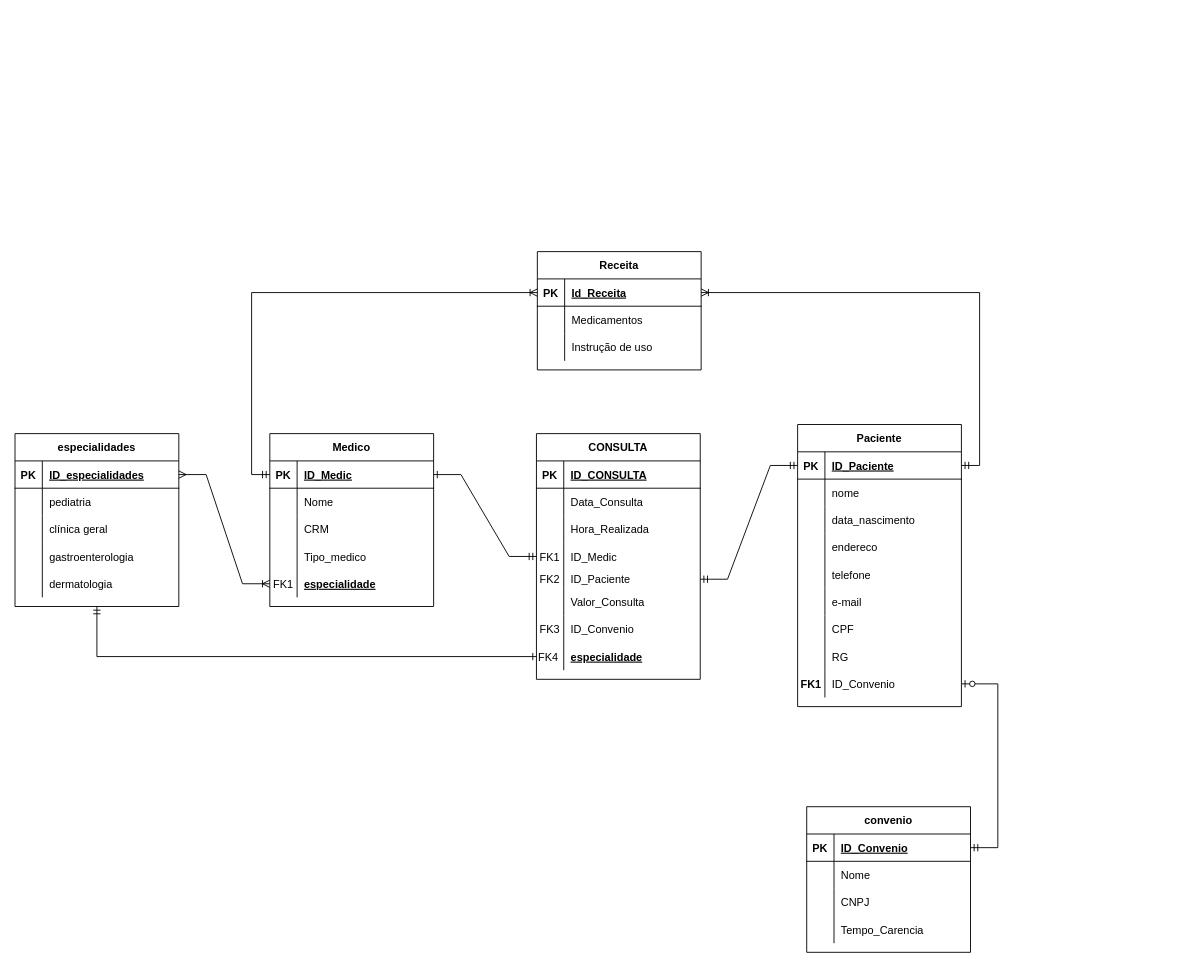
This is hospital diagram/Diagrama sem nome.drawio from MayconSubrim/HospitalDataBase, a draw.io file, before an edit. Source tidied: cells renumbered, new cells numbered last; positions are measured from the earlier drawing's top-left corner, leaving out a move shared by most shapes. Both pictures are drawn from the tidied source at 91%, with x=0, y=0 at pixel (15, 251).
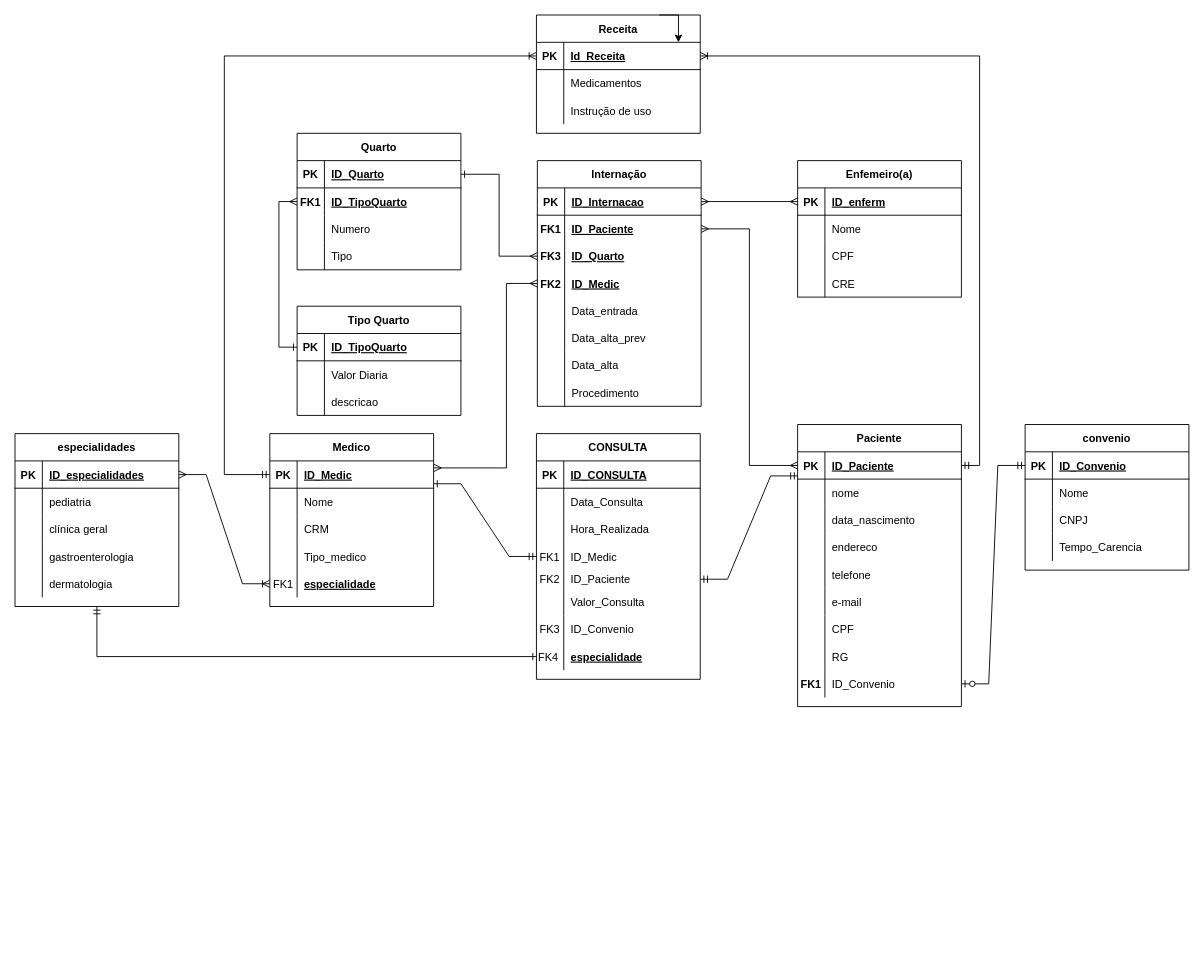
After the change.

The change refers to these unchanged cells:
```xml
<mxCell id="12" style="shape=tableRow;horizontal=0;startSize=0;swimlaneHead=0;swimlaneBody=0;fillColor=none;points=[[0,0.5],[1,0.5]];portConstraint=eastwest;top=0;left=0;right=0;bottom=0;" parent="2" vertex="1">
  <mxGeometry y="120" width="180" height="30" as="geometry" />
</mxCell>
<mxCell id="15" style="shape=tableRow;horizontal=0;startSize=0;swimlaneHead=0;swimlaneBody=0;fillColor=none;points=[[0,0.5],[1,0.5]];portConstraint=eastwest;top=0;left=0;right=0;bottom=0;fontColor=#000000;" parent="2" vertex="1">
  <mxGeometry y="150" width="180" height="20" as="geometry" />
</mxCell>
<mxCell id="28" style="shape=tableRow;horizontal=0;startSize=0;swimlaneHead=0;swimlaneBody=0;fillColor=none;points=[[0,0.5],[1,0.5]];portConstraint=eastwest;top=0;left=0;right=0;bottom=1;fontColor=#000000;" parent="27" vertex="1">
  <mxGeometry y="30" width="180" height="30" as="geometry" />
</mxCell>
<mxCell id="69" style="shape=tableRow;horizontal=0;startSize=0;swimlaneHead=0;swimlaneBody=0;fillColor=none;points=[[0,0.5],[1,0.5]];portConstraint=eastwest;top=0;left=0;right=0;bottom=1;fontColor=#000000;" parent="68" vertex="1">
  <mxGeometry y="30" width="180" height="30" as="geometry" />
</mxCell>
<mxCell id="105" style="shape=tableRow;horizontal=0;startSize=0;swimlaneHead=0;swimlaneBody=0;fillColor=none;points=[[0,0.5],[1,0.5]];portConstraint=eastwest;top=0;left=0;right=0;bottom=1;fontColor=#000000;" parent="104" vertex="1">
  <mxGeometry y="30" width="180" height="30" as="geometry" />
</mxCell>
```

Diff of the diagram source:
```diff
@@
     <mxCell id="55" value="convenio" style="shape=table;startSize=30;childLayout=tableLayout;rowLines=0;fontStyle=1;align=center;fontColor=#000000;" parent="1" vertex="1">
-      <mxGeometry x="870" y="610" width="180" height="160" as="geometry" />
+      <mxGeometry x="1110" y="190" width="180" height="160" as="geometry" />
     </mxCell>
@@
-    <mxCell id="101" style="edgeStyle=entityRelationEdgeStyle;fontSize=12;html=1;endArrow=ERmandOne;startArrow=ERone;rounded=0;fontColor=#000000;startFill=0;" parent="1" edge="1" source="69" target="12">
+    <mxCell id="101" style="edgeStyle=entityRelationEdgeStyle;fontSize=12;html=1;endArrow=ERmandOne;startArrow=ERone;rounded=0;fontColor=#000000;startFill=0;exitX=1;exitY=0.836;exitDx=0;exitDy=0;exitPerimeter=0;" parent="1" edge="1" source="69" target="12">
       <mxGeometry relative="1" as="geometry" />
     </mxCell>
-    <mxCell id="102" style="edgeStyle=entityRelationEdgeStyle;fontSize=12;html=1;endArrow=ERmandOne;startArrow=ERmandOne;rounded=0;fontColor=#000000;startFill=0;" parent="1" edge="1" source="15" target="28">
+    <mxCell id="102" style="edgeStyle=entityRelationEdgeStyle;fontSize=12;html=1;endArrow=ERmandOne;startArrow=ERmandOne;rounded=0;fontColor=#000000;startFill=0;entryX=0.002;entryY=0.883;entryDx=0;entryDy=0;entryPerimeter=0;" parent="1" edge="1" source="15" target="28">
       <mxGeometry relative="1" as="geometry" />
     </mxCell>
@@
     <mxCell id="104" value="Receita" style="shape=table;startSize=30;childLayout=tableLayout;rowLines=0;fontStyle=1;align=center;fontColor=#000000;" parent="1" vertex="1">
-      <mxGeometry x="574" width="180" height="130" as="geometry" />
+      <mxGeometry x="573" y="-260" width="180" height="130" as="geometry" />
     </mxCell>
@@
+    <mxCell id="117" style="edgeStyle=orthogonalEdgeStyle;rounded=0;jettySize=auto;html=1;exitX=0.75;exitY=0;exitDx=0;exitDy=0;entryX=0.867;entryY=0;entryDx=0;entryDy=0;entryPerimeter=0;" parent="104" edge="1" source="104" target="105">
+      <mxGeometry relative="1" as="geometry" />
+    </mxCell>
     <mxCell id="114" style="edgeStyle=orthogonalEdgeStyle;rounded=0;jettySize=auto;html=1;exitX=0;exitY=0.5;exitDx=0;exitDy=0;entryX=0;entryY=0.5;entryDx=0;entryDy=0;fontColor=#000000;startArrow=ERmandOne;startFill=0;endArrow=ERoneToMany;endFill=0;" parent="1" edge="1" source="69" target="105">
-      <mxGeometry relative="1" as="geometry" />
+      <mxGeometry relative="1" as="geometry">
+        <Array as="points">
+          <mxPoint x="230" y="245" />
+          <mxPoint x="230" y="-215" />
+        </Array>
+      </mxGeometry>
     </mxCell>
@@
+    <mxCell id="118" value="Internação" style="shape=table;startSize=30;childLayout=tableLayout;rowLines=0;fontStyle=1;align=center;" parent="1" vertex="1">
+      <mxGeometry x="574" y="-100" width="180" height="270" as="geometry" />
+    </mxCell>
+    <mxCell id="119" style="shape=tableRow;horizontal=0;startSize=0;swimlaneHead=0;swimlaneBody=0;fillColor=none;points=[[0,0.5],[1,0.5]];portConstraint=eastwest;top=0;left=0;right=0;bottom=1;" parent="118" vertex="1">
+      <mxGeometry y="30" width="180" height="30" as="geometry" />
+    </mxCell>
+    <mxCell id="120" value="PK" style="shape=partialRectangle;fillColor=none;top=0;left=0;bottom=0;right=0;fontStyle=1;overflow=hidden;" parent="119" vertex="1">
+      <mxGeometry width="30" height="30" as="geometry" />
+    </mxCell>
+    <mxCell id="121" value="ID_Internacao" style="shape=partialRectangle;fillColor=none;top=0;left=0;bottom=0;right=0;align=left;spacingLeft=6;fontStyle=5;overflow=hidden;" parent="119" vertex="1">
+      <mxGeometry x="30" width="150" height="30" as="geometry" />
+    </mxCell>
+    <mxCell id="122" style="shape=tableRow;horizontal=0;startSize=0;swimlaneHead=0;swimlaneBody=0;fillColor=none;points=[[0,0.5],[1,0.5]];portConstraint=eastwest;top=0;left=0;right=0;bottom=0;" parent="118" vertex="1">
+      <mxGeometry y="60" width="180" height="30" as="geometry" />
+    </mxCell>
+    <mxCell id="123" value="FK1" style="shape=partialRectangle;fillColor=none;top=0;left=0;bottom=0;right=0;overflow=hidden;fontStyle=1;" parent="122" vertex="1">
+      <mxGeometry width="30" height="30" as="geometry" />
+    </mxCell>
+    <mxCell id="124" value="ID_Paciente" style="shape=partialRectangle;fillColor=none;top=0;left=0;bottom=0;right=0;align=left;spacingLeft=6;overflow=hidden;fontStyle=5;" parent="122" vertex="1">
+      <mxGeometry x="30" width="150" height="30" as="geometry" />
+    </mxCell>
+    <mxCell id="125" style="shape=tableRow;horizontal=0;startSize=0;swimlaneHead=0;swimlaneBody=0;fillColor=none;points=[[0,0.5],[1,0.5]];portConstraint=eastwest;top=0;left=0;right=0;bottom=0;" parent="118" vertex="1">
+      <mxGeometry y="90" width="180" height="30" as="geometry" />
+    </mxCell>
+    <mxCell id="126" value="FK3" style="shape=partialRectangle;fillColor=none;top=0;left=0;bottom=0;right=0;overflow=hidden;fontStyle=1;" parent="125" vertex="1">
+      <mxGeometry width="30" height="30" as="geometry" />
+    </mxCell>
+    <mxCell id="127" value="ID_Quarto" style="shape=partialRectangle;fillColor=none;top=0;left=0;bottom=0;right=0;align=left;spacingLeft=6;overflow=hidden;fontStyle=5;" parent="125" vertex="1">
+      <mxGeometry x="30" width="150" height="30" as="geometry" />
+    </mxCell>
+    <mxCell id="128" style="shape=tableRow;horizontal=0;startSize=0;swimlaneHead=0;swimlaneBody=0;fillColor=none;points=[[0,0.5],[1,0.5]];portConstraint=eastwest;top=0;left=0;right=0;bottom=0;" parent="118" vertex="1">
+      <mxGeometry y="120" width="180" height="30" as="geometry" />
+    </mxCell>
+    <mxCell id="129" value="FK2" style="shape=partialRectangle;fillColor=none;top=0;left=0;bottom=0;right=0;overflow=hidden;fontStyle=1;" parent="128" vertex="1">
+      <mxGeometry width="30" height="30" as="geometry" />
+    </mxCell>
+    <mxCell id="130" value="ID_Medic" style="shape=partialRectangle;fillColor=none;top=0;left=0;bottom=0;right=0;align=left;spacingLeft=6;overflow=hidden;fontStyle=5;" parent="128" vertex="1">
+      <mxGeometry x="30" width="150" height="30" as="geometry" />
+    </mxCell>
+    <mxCell id="131" style="shape=tableRow;horizontal=0;startSize=0;swimlaneHead=0;swimlaneBody=0;fillColor=none;top=0;left=0;right=0;bottom=0;" parent="118" vertex="1">
+      <mxGeometry y="150" width="180" height="30" as="geometry" />
+    </mxCell>
+    <mxCell id="132" style="shape=partialRectangle;fillColor=none;top=0;left=0;bottom=0;right=0;overflow=hidden;" parent="131" vertex="1">
+      <mxGeometry width="30" height="30" as="geometry" />
+    </mxCell>
+    <mxCell id="133" value="Data_entrada" style="shape=partialRectangle;fillColor=none;top=0;left=0;bottom=0;right=0;align=left;spacingLeft=6;overflow=hidden;" parent="131" vertex="1">
+      <mxGeometry x="30" width="150" height="30" as="geometry" />
+    </mxCell>
+    <mxCell id="134" style="shape=tableRow;horizontal=0;startSize=0;swimlaneHead=0;swimlaneBody=0;fillColor=none;top=0;left=0;right=0;bottom=0;" parent="118" vertex="1">
+      <mxGeometry y="180" width="180" height="30" as="geometry" />
+    </mxCell>
+    <mxCell id="135" style="shape=partialRectangle;fillColor=none;top=0;left=0;bottom=0;right=0;overflow=hidden;" parent="134" vertex="1">
+      <mxGeometry width="30" height="30" as="geometry" />
+    </mxCell>
+    <mxCell id="136" value="Data_alta_prev" style="shape=partialRectangle;fillColor=none;top=0;left=0;bottom=0;right=0;align=left;spacingLeft=6;overflow=hidden;" parent="134" vertex="1">
+      <mxGeometry x="30" width="150" height="30" as="geometry" />
+    </mxCell>
+    <mxCell id="137" style="shape=tableRow;horizontal=0;startSize=0;swimlaneHead=0;swimlaneBody=0;fillColor=none;top=0;left=0;right=0;bottom=0;" parent="118" vertex="1">
+      <mxGeometry y="210" width="180" height="30" as="geometry" />
+    </mxCell>
+    <mxCell id="138" style="shape=partialRectangle;fillColor=none;top=0;left=0;bottom=0;right=0;overflow=hidden;" parent="137" vertex="1">
+      <mxGeometry width="30" height="30" as="geometry" />
+    </mxCell>
+    <mxCell id="139" value="Data_alta" style="shape=partialRectangle;fillColor=none;top=0;left=0;bottom=0;right=0;align=left;spacingLeft=6;overflow=hidden;" parent="137" vertex="1">
+      <mxGeometry x="30" width="150" height="30" as="geometry" />
+    </mxCell>
+    <mxCell id="140" style="shape=tableRow;horizontal=0;startSize=0;swimlaneHead=0;swimlaneBody=0;fillColor=none;top=0;left=0;right=0;bottom=0;" parent="118" vertex="1">
+      <mxGeometry y="240" width="180" height="30" as="geometry" />
+    </mxCell>
+    <mxCell id="141" style="shape=partialRectangle;fillColor=none;top=0;left=0;bottom=0;right=0;overflow=hidden;" parent="140" vertex="1">
+      <mxGeometry width="30" height="30" as="geometry" />
+    </mxCell>
+    <mxCell id="142" value="Procedimento" style="shape=partialRectangle;fillColor=none;top=0;left=0;bottom=0;right=0;align=left;spacingLeft=6;overflow=hidden;" parent="140" vertex="1">
+      <mxGeometry x="30" width="150" height="30" as="geometry" />
+    </mxCell>
+    <mxCell id="143" value="Enfemeiro(a)" style="shape=table;startSize=30;childLayout=tableLayout;rowLines=0;fontStyle=1;align=center;" parent="1" vertex="1">
+      <mxGeometry x="860" y="-100" width="180" height="150" as="geometry" />
+    </mxCell>
+    <mxCell id="144" style="shape=tableRow;horizontal=0;startSize=0;swimlaneHead=0;swimlaneBody=0;fillColor=none;points=[[0,0.5],[1,0.5]];portConstraint=eastwest;top=0;left=0;right=0;bottom=1;" parent="143" vertex="1">
+      <mxGeometry y="30" width="180" height="30" as="geometry" />
+    </mxCell>
+    <mxCell id="145" value="PK" style="shape=partialRectangle;fillColor=none;top=0;left=0;bottom=0;right=0;fontStyle=1;overflow=hidden;" parent="144" vertex="1">
+      <mxGeometry width="30" height="30" as="geometry" />
+    </mxCell>
+    <mxCell id="146" value="ID_enferm" style="shape=partialRectangle;fillColor=none;top=0;left=0;bottom=0;right=0;align=left;spacingLeft=6;fontStyle=5;overflow=hidden;" parent="144" vertex="1">
+      <mxGeometry x="30" width="150" height="30" as="geometry" />
+    </mxCell>
+    <mxCell id="147" style="shape=tableRow;horizontal=0;startSize=0;swimlaneHead=0;swimlaneBody=0;fillColor=none;top=0;left=0;right=0;bottom=0;" parent="143" vertex="1">
+      <mxGeometry y="60" width="180" height="30" as="geometry" />
+    </mxCell>
+    <mxCell id="148" style="shape=partialRectangle;fillColor=none;top=0;left=0;bottom=0;right=0;overflow=hidden;" parent="147" vertex="1">
+      <mxGeometry width="30" height="30" as="geometry" />
+    </mxCell>
+    <mxCell id="149" value="Nome" style="shape=partialRectangle;fillColor=none;top=0;left=0;bottom=0;right=0;align=left;spacingLeft=6;overflow=hidden;" parent="147" vertex="1">
+      <mxGeometry x="30" width="150" height="30" as="geometry" />
+    </mxCell>
+    <mxCell id="150" style="shape=tableRow;horizontal=0;startSize=0;swimlaneHead=0;swimlaneBody=0;fillColor=none;top=0;left=0;right=0;bottom=0;" parent="143" vertex="1">
+      <mxGeometry y="90" width="180" height="30" as="geometry" />
+    </mxCell>
+    <mxCell id="151" style="shape=partialRectangle;fillColor=none;top=0;left=0;bottom=0;right=0;overflow=hidden;" parent="150" vertex="1">
+      <mxGeometry width="30" height="30" as="geometry" />
+    </mxCell>
+    <mxCell id="152" value="CPF" style="shape=partialRectangle;fillColor=none;top=0;left=0;bottom=0;right=0;align=left;spacingLeft=6;overflow=hidden;" parent="150" vertex="1">
+      <mxGeometry x="30" width="150" height="30" as="geometry" />
+    </mxCell>
+    <mxCell id="153" style="shape=tableRow;horizontal=0;startSize=0;swimlaneHead=0;swimlaneBody=0;fillColor=none;top=0;left=0;right=0;bottom=0;" parent="143" vertex="1">
+      <mxGeometry y="120" width="180" height="30" as="geometry" />
+    </mxCell>
+    <mxCell id="154" style="shape=partialRectangle;fillColor=none;top=0;left=0;bottom=0;right=0;overflow=hidden;" parent="153" vertex="1">
+      <mxGeometry width="30" height="30" as="geometry" />
+    </mxCell>
+    <mxCell id="155" value="CRE" style="shape=partialRectangle;fillColor=none;top=0;left=0;bottom=0;right=0;align=left;spacingLeft=6;overflow=hidden;" parent="153" vertex="1">
+      <mxGeometry x="30" width="150" height="30" as="geometry" />
+    </mxCell>
+    <mxCell id="156" value="Quarto" style="shape=table;startSize=30;childLayout=tableLayout;rowLines=0;fontStyle=1;align=center;" parent="1" vertex="1">
+      <mxGeometry x="310" y="-130" width="180" height="150" as="geometry" />
+    </mxCell>
+    <mxCell id="157" style="shape=tableRow;horizontal=0;startSize=0;swimlaneHead=0;swimlaneBody=0;fillColor=none;points=[[0,0.5],[1,0.5]];portConstraint=eastwest;top=0;left=0;right=0;bottom=1;" parent="156" vertex="1">
+      <mxGeometry y="30" width="180" height="30" as="geometry" />
+    </mxCell>
+    <mxCell id="158" value="PK" style="shape=partialRectangle;fillColor=none;top=0;left=0;bottom=0;right=0;fontStyle=1;overflow=hidden;" parent="157" vertex="1">
+      <mxGeometry width="30" height="30" as="geometry" />
+    </mxCell>
+    <mxCell id="159" value="ID_Quarto" style="shape=partialRectangle;fillColor=none;top=0;left=0;bottom=0;right=0;align=left;spacingLeft=6;fontStyle=5;overflow=hidden;" parent="157" vertex="1">
+      <mxGeometry x="30" width="150" height="30" as="geometry" />
+    </mxCell>
+    <mxCell id="160" style="shape=tableRow;horizontal=0;startSize=0;swimlaneHead=0;swimlaneBody=0;fillColor=none;points=[[0,0.5],[1,0.5]];portConstraint=eastwest;top=0;left=0;right=0;bottom=0;" parent="156" vertex="1">
+      <mxGeometry y="60" width="180" height="30" as="geometry" />
+    </mxCell>
+    <mxCell id="161" value="FK1" style="shape=partialRectangle;fillColor=none;top=0;left=0;bottom=0;right=0;overflow=hidden;fontStyle=1;" parent="160" vertex="1">
+      <mxGeometry width="30" height="30" as="geometry" />
+    </mxCell>
+    <mxCell id="162" value="ID_TipoQuarto" style="shape=partialRectangle;fillColor=none;top=0;left=0;bottom=0;right=0;align=left;spacingLeft=6;overflow=hidden;fontStyle=5;" parent="160" vertex="1">
+      <mxGeometry x="30" width="150" height="30" as="geometry" />
+    </mxCell>
+    <mxCell id="163" style="shape=tableRow;horizontal=0;startSize=0;swimlaneHead=0;swimlaneBody=0;fillColor=none;top=0;left=0;right=0;bottom=0;" parent="156" vertex="1">
+      <mxGeometry y="90" width="180" height="30" as="geometry" />
+    </mxCell>
+    <mxCell id="164" style="shape=partialRectangle;fillColor=none;top=0;left=0;bottom=0;right=0;overflow=hidden;" parent="163" vertex="1">
+      <mxGeometry width="30" height="30" as="geometry" />
+    </mxCell>
+    <mxCell id="165" value="Numero" style="shape=partialRectangle;fillColor=none;top=0;left=0;bottom=0;right=0;align=left;spacingLeft=6;overflow=hidden;" parent="163" vertex="1">
+      <mxGeometry x="30" width="150" height="30" as="geometry" />
+    </mxCell>
+    <mxCell id="166" style="shape=tableRow;horizontal=0;startSize=0;swimlaneHead=0;swimlaneBody=0;fillColor=none;top=0;left=0;right=0;bottom=0;" parent="156" vertex="1">
+      <mxGeometry y="120" width="180" height="30" as="geometry" />
+    </mxCell>
+    <mxCell id="167" style="shape=partialRectangle;fillColor=none;top=0;left=0;bottom=0;right=0;overflow=hidden;" parent="166" vertex="1">
+      <mxGeometry width="30" height="30" as="geometry" />
+    </mxCell>
+    <mxCell id="168" value="Tipo" style="shape=partialRectangle;fillColor=none;top=0;left=0;bottom=0;right=0;align=left;spacingLeft=6;overflow=hidden;" parent="166" vertex="1">
+      <mxGeometry x="30" width="150" height="30" as="geometry" />
+    </mxCell>
+    <mxCell id="169" value="Tipo Quarto" style="shape=table;startSize=30;childLayout=tableLayout;rowLines=0;fontStyle=1;align=center;" parent="1" vertex="1">
+      <mxGeometry x="310" y="60" width="180" height="120" as="geometry" />
+    </mxCell>
+    <mxCell id="170" style="shape=tableRow;horizontal=0;startSize=0;swimlaneHead=0;swimlaneBody=0;fillColor=none;points=[[0,0.5],[1,0.5]];portConstraint=eastwest;top=0;left=0;right=0;bottom=1;" parent="169" vertex="1">
+      <mxGeometry y="30" width="180" height="30" as="geometry" />
+    </mxCell>
+    <mxCell id="171" value="PK" style="shape=partialRectangle;fillColor=none;top=0;left=0;bottom=0;right=0;fontStyle=1;overflow=hidden;" parent="170" vertex="1">
+      <mxGeometry width="30" height="30" as="geometry" />
+    </mxCell>
+    <mxCell id="172" value="ID_TipoQuarto" style="shape=partialRectangle;fillColor=none;top=0;left=0;bottom=0;right=0;align=left;spacingLeft=6;fontStyle=5;overflow=hidden;" parent="170" vertex="1">
+      <mxGeometry x="30" width="150" height="30" as="geometry" />
+    </mxCell>
+    <mxCell id="173" style="shape=tableRow;horizontal=0;startSize=0;swimlaneHead=0;swimlaneBody=0;fillColor=none;top=0;left=0;right=0;bottom=0;" parent="169" vertex="1">
+      <mxGeometry y="60" width="180" height="30" as="geometry" />
+    </mxCell>
+    <mxCell id="174" style="shape=partialRectangle;fillColor=none;top=0;left=0;bottom=0;right=0;overflow=hidden;" parent="173" vertex="1">
+      <mxGeometry width="30" height="30" as="geometry" />
+    </mxCell>
+    <mxCell id="175" value="Valor Diaria" style="shape=partialRectangle;fillColor=none;top=0;left=0;bottom=0;right=0;align=left;spacingLeft=6;overflow=hidden;" parent="173" vertex="1">
+      <mxGeometry x="30" width="150" height="30" as="geometry" />
+    </mxCell>
+    <mxCell id="176" style="shape=tableRow;horizontal=0;startSize=0;swimlaneHead=0;swimlaneBody=0;fillColor=none;top=0;left=0;right=0;bottom=0;" parent="169" vertex="1">
+      <mxGeometry y="90" width="180" height="30" as="geometry" />
+    </mxCell>
+    <mxCell id="177" style="shape=partialRectangle;fillColor=none;top=0;left=0;bottom=0;right=0;overflow=hidden;" parent="176" vertex="1">
+      <mxGeometry width="30" height="30" as="geometry" />
+    </mxCell>
+    <mxCell id="178" value="descricao" style="shape=partialRectangle;fillColor=none;top=0;left=0;bottom=0;right=0;align=left;spacingLeft=6;overflow=hidden;" parent="176" vertex="1">
+      <mxGeometry x="30" width="150" height="30" as="geometry" />
+    </mxCell>
+    <mxCell id="179" style="edgeStyle=orthogonalEdgeStyle;rounded=0;jettySize=auto;html=1;exitX=1;exitY=0.5;exitDx=0;exitDy=0;entryX=0;entryY=0.5;entryDx=0;entryDy=0;startArrow=ERmany;startFill=0;endArrow=ERmany;endFill=0;" parent="1" edge="1" source="119" target="144">
+      <mxGeometry relative="1" as="geometry" />
+    </mxCell>
+    <mxCell id="180" style="edgeStyle=orthogonalEdgeStyle;rounded=0;jettySize=auto;html=1;exitX=1;exitY=0.5;exitDx=0;exitDy=0;entryX=0;entryY=0.5;entryDx=0;entryDy=0;startArrow=ERmany;startFill=0;endArrow=ERmany;endFill=0;" parent="1" edge="1" source="122" target="28">
+      <mxGeometry relative="1" as="geometry" />
+    </mxCell>
+    <mxCell id="181" style="edgeStyle=orthogonalEdgeStyle;rounded=0;jettySize=auto;html=1;exitX=0;exitY=0.5;exitDx=0;exitDy=0;entryX=1.002;entryY=0.256;entryDx=0;entryDy=0;startArrow=ERmany;startFill=0;endArrow=ERmany;endFill=0;entryPerimeter=0;" parent="1" edge="1" source="128" target="69">
+      <mxGeometry relative="1" as="geometry">
+        <Array as="points">
+          <mxPoint x="540" y="35" />
+          <mxPoint x="540" y="238" />
+        </Array>
+      </mxGeometry>
+    </mxCell>
+    <mxCell id="182" style="edgeStyle=orthogonalEdgeStyle;rounded=0;jettySize=auto;html=1;exitX=0;exitY=0.5;exitDx=0;exitDy=0;entryX=0;entryY=0.5;entryDx=0;entryDy=0;startArrow=ERone;startFill=0;endArrow=ERmany;endFill=0;" parent="1" edge="1" source="170" target="160">
+      <mxGeometry relative="1" as="geometry" />
+    </mxCell>
+    <mxCell id="183" style="edgeStyle=orthogonalEdgeStyle;rounded=0;jettySize=auto;html=1;exitX=0;exitY=0.5;exitDx=0;exitDy=0;entryX=1;entryY=0.5;entryDx=0;entryDy=0;startArrow=ERmany;startFill=0;endArrow=ERone;endFill=0;" parent="1" edge="1" source="125" target="157">
+      <mxGeometry relative="1" as="geometry" />
+    </mxCell>
```
